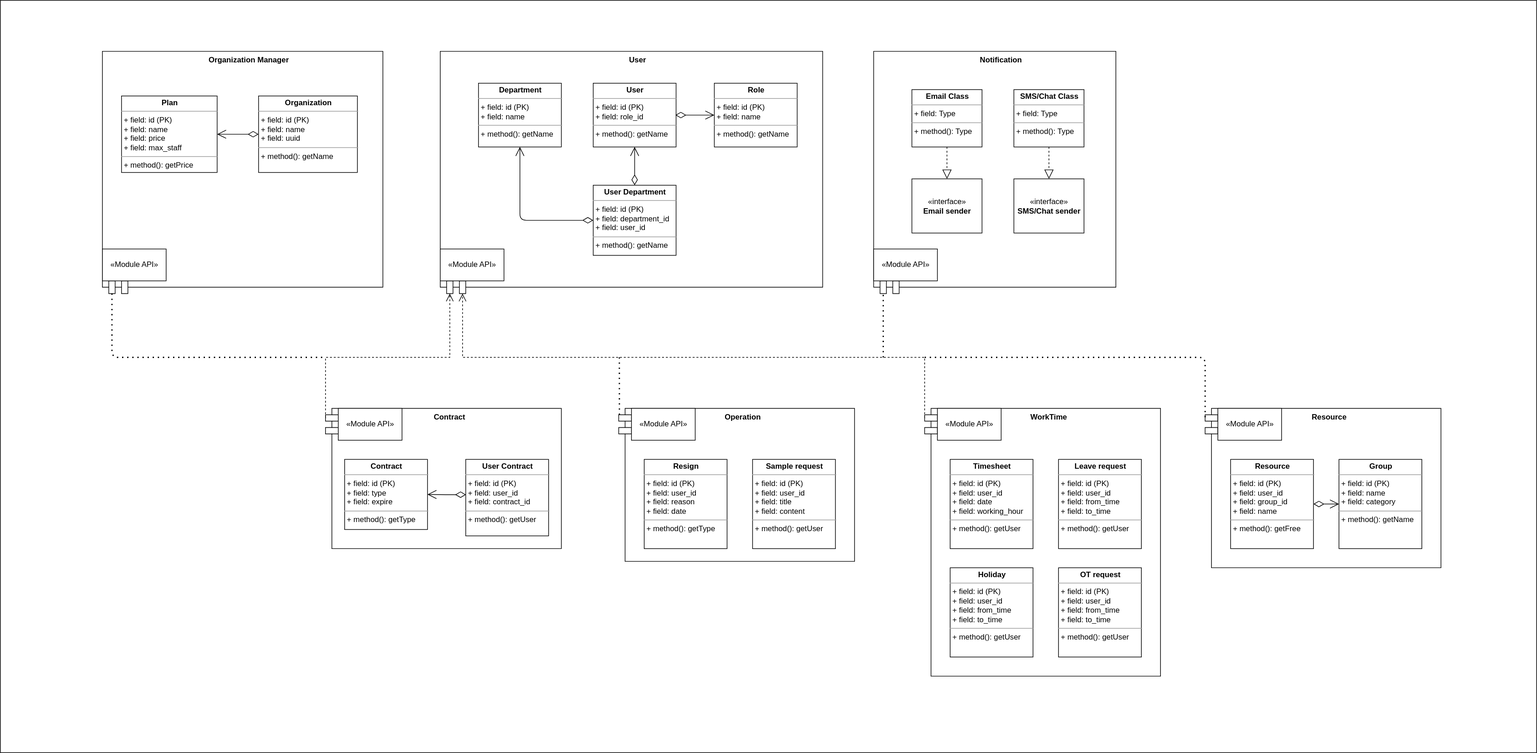
Earlier version of the draw.io export UML/module.svg (vinhcd/simple-crm). Source tidied: cells renumbered, new cells last; positions are measured from the earlier drawing's top-left corner, leaving out a move shared by most shapes.
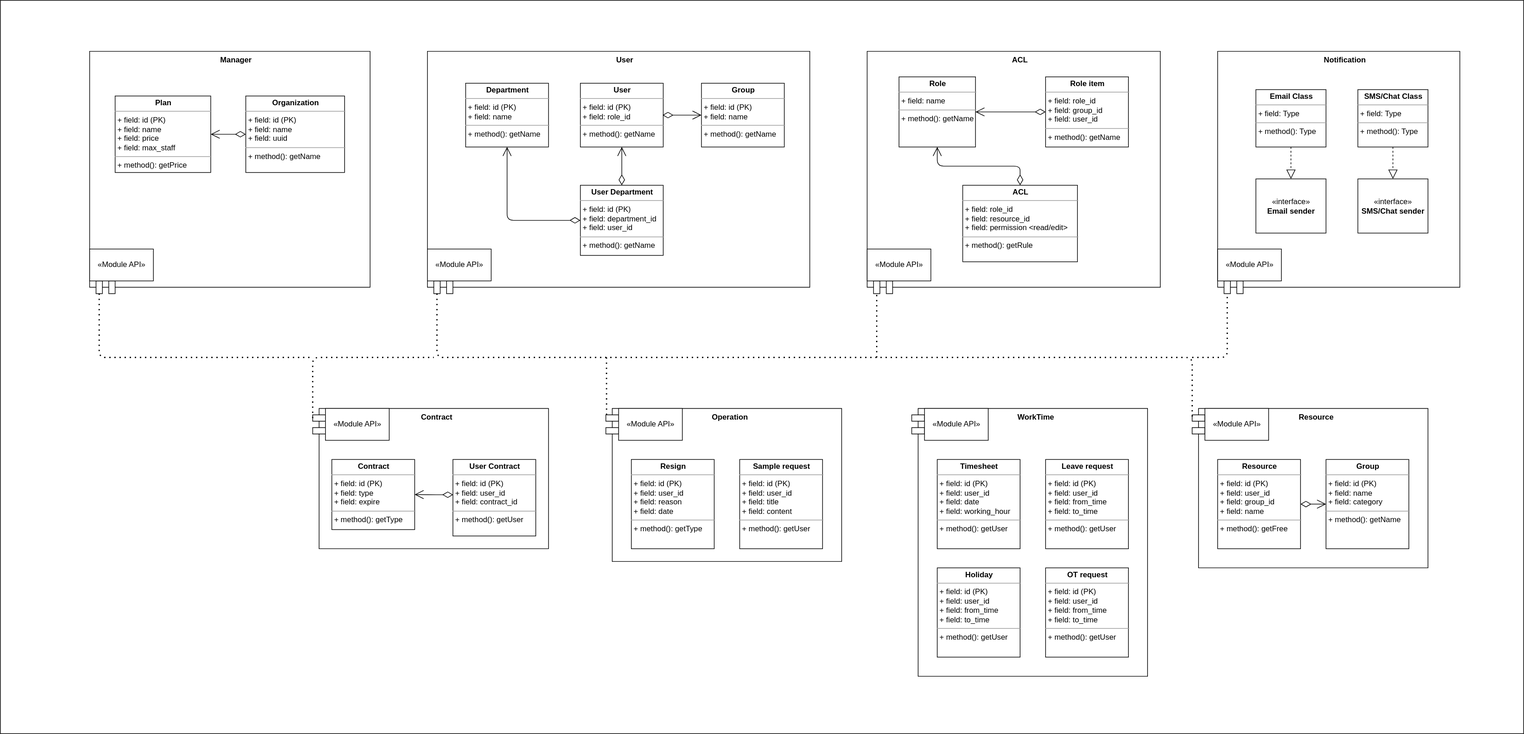
Above is the later version.

The edit, as a diff of the source:
```diff
@@ -3,7 +3,7 @@
     <mxCell id="0" />
     <mxCell id="1" parent="0" />
     <mxCell id="2" style="rounded=0;whiteSpace=wrap;html=1;" parent="1" vertex="1">
-      <mxGeometry width="2410" height="1180" as="geometry" />
+      <mxGeometry x="20" width="2390" height="1150" as="geometry" />
     </mxCell>
     <mxCell id="3" value="WorkTime" style="shape=module;align=left;spacingLeft=20;align=center;verticalAlign=top;direction=east;fontStyle=1;" parent="1" vertex="1">
       <mxGeometry x="1450" y="640" width="370" height="420" as="geometry" />
@@ -35,15 +35,7 @@
     <mxCell id="12" style="endArrow=open;html=1;endSize=12;startArrow=diamondThin;startSize=14;startFill=0;edgeStyle=orthogonalEdgeStyle;entryX=1;entryY=0.5;entryDx=0;entryDy=0;exitX=0.003;exitY=0.461;exitDx=0;exitDy=0;exitPerimeter=0;" parent="1" edge="1" source="11" target="10">
       <mxGeometry relative="1" as="geometry" />
     </mxCell>
-    <mxCell id="13" style="edgeStyle=orthogonalEdgeStyle;rounded=0;html=1;exitX=0;exitY=0;dashed=1;labelBackgroundColor=none;startFill=0;endArrow=open;endFill=0;endSize=10;fontFamily=Verdana;fontSize=10;exitDx=0;exitDy=15;exitPerimeter=0;entryX=0;entryY=0;entryDx=0;entryDy=15;entryPerimeter=0;" parent="1" edge="1" source="8" target="4">
-      <mxGeometry relative="1" as="geometry">
-        <Array as="points">
-          <mxPoint x="510" y="560" />
-          <mxPoint x="705" y="560" />
-        </Array>
-      </mxGeometry>
-    </mxCell>
-    <mxCell id="14" value="&lt;p style=&quot;margin: 0px ; margin-top: 4px ; text-align: center&quot;&gt;&lt;b&gt;Role&lt;/b&gt;&lt;/p&gt;&lt;hr size=&quot;1&quot;&gt;&lt;p style=&quot;margin: 0px ; margin-left: 4px&quot;&gt;+ field: id (PK)&lt;/p&gt;&lt;p style=&quot;margin: 0px ; margin-left: 4px&quot;&gt;+ field: name&lt;/p&gt;&lt;hr size=&quot;1&quot;&gt;&lt;p style=&quot;margin: 0px ; margin-left: 4px&quot;&gt;+ method(): getName&lt;/p&gt;" style="verticalAlign=top;align=left;overflow=fill;fontSize=12;fontFamily=Helvetica;html=1;" parent="1" vertex="1">
+    <mxCell id="14" value="&lt;p style=&quot;margin: 0px ; margin-top: 4px ; text-align: center&quot;&gt;&lt;b&gt;Group&lt;/b&gt;&lt;/p&gt;&lt;hr size=&quot;1&quot;&gt;&lt;p style=&quot;margin: 0px ; margin-left: 4px&quot;&gt;+ field: id (PK)&lt;/p&gt;&lt;p style=&quot;margin: 0px ; margin-left: 4px&quot;&gt;+ field: name&lt;/p&gt;&lt;hr size=&quot;1&quot;&gt;&lt;p style=&quot;margin: 0px ; margin-left: 4px&quot;&gt;+ method(): getName&lt;/p&gt;" style="verticalAlign=top;align=left;overflow=fill;fontSize=12;fontFamily=Helvetica;html=1;" parent="1" vertex="1">
       <mxGeometry x="1120" y="130" width="130" height="100" as="geometry" />
     </mxCell>
     <mxCell id="15" style="endArrow=open;html=1;endSize=12;startArrow=diamondThin;startSize=14;startFill=0;edgeStyle=orthogonalEdgeStyle;entryX=0;entryY=0.5;entryDx=0;entryDy=0;" parent="1" edge="1" target="14">
@@ -63,14 +55,6 @@
     <mxCell id="19" value="&lt;p style=&quot;margin: 0px ; margin-top: 4px ; text-align: center&quot;&gt;&lt;b&gt;OT request&lt;/b&gt;&lt;/p&gt;&lt;hr size=&quot;1&quot;&gt;&lt;p style=&quot;margin: 0px ; margin-left: 4px&quot;&gt;+ field: id (PK)&lt;/p&gt;&lt;p style=&quot;margin: 0px ; margin-left: 4px&quot;&gt;&lt;span&gt;+ field: user_id&lt;/span&gt;&lt;br&gt;&lt;/p&gt;&lt;p style=&quot;margin: 0px ; margin-left: 4px&quot;&gt;+ field: from_time&lt;br&gt;&lt;/p&gt;&lt;p style=&quot;margin: 0px ; margin-left: 4px&quot;&gt;+ field: to_time&lt;br&gt;&lt;/p&gt;&lt;hr size=&quot;1&quot;&gt;&lt;p style=&quot;margin: 0px ; margin-left: 4px&quot;&gt;+ method(): getUser&lt;/p&gt;" style="verticalAlign=top;align=left;overflow=fill;fontSize=12;fontFamily=Helvetica;html=1;" parent="1" vertex="1">
       <mxGeometry x="1660" y="890" width="130" height="140" as="geometry" />
     </mxCell>
-    <mxCell id="20" style="edgeStyle=orthogonalEdgeStyle;rounded=0;html=1;exitX=0;exitY=0;dashed=1;labelBackgroundColor=none;startFill=0;endArrow=open;endFill=0;endSize=10;fontFamily=Verdana;fontSize=10;exitDx=0;exitDy=15;exitPerimeter=0;entryX=0;entryY=0;entryDx=0;entryDy=35;entryPerimeter=0;" parent="1" edge="1" source="3" target="4">
-      <mxGeometry relative="1" as="geometry">
-        <Array as="points">
-          <mxPoint x="1450" y="560" />
-          <mxPoint x="725" y="560" />
-        </Array>
-      </mxGeometry>
-    </mxCell>
     <mxCell id="21" value="&lt;p style=&quot;margin: 0px ; margin-top: 4px ; text-align: center&quot;&gt;&lt;b&gt;Holiday&lt;/b&gt;&lt;/p&gt;&lt;hr size=&quot;1&quot;&gt;&lt;p style=&quot;margin: 0px ; margin-left: 4px&quot;&gt;+ field: id (PK)&lt;/p&gt;&lt;p style=&quot;margin: 0px ; margin-left: 4px&quot;&gt;&lt;span&gt;+ field: user_id&lt;/span&gt;&lt;br&gt;&lt;/p&gt;&lt;p style=&quot;margin: 0px ; margin-left: 4px&quot;&gt;+ field: from_time&lt;br&gt;&lt;/p&gt;&lt;p style=&quot;margin: 0px ; margin-left: 4px&quot;&gt;+ field: to_time&lt;br&gt;&lt;/p&gt;&lt;hr size=&quot;1&quot;&gt;&lt;p style=&quot;margin: 0px ; margin-left: 4px&quot;&gt;+ method(): getUser&lt;/p&gt;" style="verticalAlign=top;align=left;overflow=fill;fontSize=12;fontFamily=Helvetica;html=1;" parent="1" vertex="1">
       <mxGeometry x="1490" y="890" width="130" height="140" as="geometry" />
     </mxCell>
@@ -86,10 +70,10 @@
     <mxCell id="25" value="&lt;p style=&quot;margin: 0px ; margin-top: 4px ; text-align: center&quot;&gt;&lt;b&gt;Group&lt;/b&gt;&lt;/p&gt;&lt;hr size=&quot;1&quot;&gt;&lt;p style=&quot;margin: 0px ; margin-left: 4px&quot;&gt;+ field: id (PK)&lt;/p&gt;&lt;p style=&quot;margin: 0px ; margin-left: 4px&quot;&gt;&lt;span&gt;+ field: name&lt;/span&gt;&lt;br&gt;&lt;/p&gt;&lt;p style=&quot;margin: 0px ; margin-left: 4px&quot;&gt;+ field: category&lt;br&gt;&lt;/p&gt;&lt;hr size=&quot;1&quot;&gt;&lt;p style=&quot;margin: 0px ; margin-left: 4px&quot;&gt;+ method(): getName&lt;/p&gt;" style="verticalAlign=top;align=left;overflow=fill;fontSize=12;fontFamily=Helvetica;html=1;" parent="1" vertex="1">
       <mxGeometry x="2100" y="720" width="130" height="140" as="geometry" />
     </mxCell>
-    <mxCell id="26" style="endArrow=none;dashed=1;html=1;dashPattern=1 3;strokeWidth=2;fontSize=20;entryX=0;entryY=0;entryDx=0;entryDy=15;entryPerimeter=0;" parent="1" edge="1" target="22">
+    <mxCell id="26" style="endArrow=none;dashed=1;html=1;dashPattern=1 3;strokeWidth=2;fontSize=20;entryX=0;entryY=0;entryDx=0;entryDy=15;entryPerimeter=0;exitX=0;exitY=0;exitDx=0;exitDy=15;exitPerimeter=0;" parent="1" edge="1" source="4" target="22">
       <mxGeometry relative="1" as="geometry">
-        <mxPoint x="1450" y="560" as="sourcePoint" />
         <Array as="points">
+          <mxPoint x="705" y="560" />
           <mxPoint x="1890" y="560" />
         </Array>
       </mxGeometry>
@@ -115,27 +99,30 @@
       </mxGeometry>
     </mxCell>
     <mxCell id="33" value="Notification" style="shape=module;align=left;spacingLeft=20;align=center;verticalAlign=top;direction=north;fontStyle=1;" parent="1" vertex="1">
-      <mxGeometry x="1370" y="80" width="380" height="380" as="geometry" />
+      <mxGeometry x="1930" y="80" width="380" height="380" as="geometry" />
     </mxCell>
     <mxCell id="34" value="«Module API»" style="html=1;" parent="1" vertex="1">
-      <mxGeometry x="1370" y="390" width="100" height="50" as="geometry" />
+      <mxGeometry x="1930" y="390" width="100" height="50" as="geometry" />
     </mxCell>
     <mxCell id="35" value="«interface»&lt;br&gt;&lt;b&gt;Email sender&lt;/b&gt;" style="html=1;" parent="1" vertex="1">
-      <mxGeometry x="1430" y="280" width="110" height="85" as="geometry" />
+      <mxGeometry x="1990" y="280" width="110" height="85" as="geometry" />
     </mxCell>
     <mxCell id="36" value="«interface»&lt;br&gt;&lt;b&gt;SMS/Chat sender&lt;/b&gt;" style="html=1;" parent="1" vertex="1">
-      <mxGeometry x="1590" y="280" width="110" height="85" as="geometry" />
+      <mxGeometry x="2150" y="280" width="110" height="85" as="geometry" />
     </mxCell>
     <mxCell id="37" value="&lt;p style=&quot;margin: 0px ; margin-top: 4px ; text-align: center&quot;&gt;&lt;b&gt;Email Class&lt;/b&gt;&lt;/p&gt;&lt;hr size=&quot;1&quot;&gt;&lt;p style=&quot;margin: 0px ; margin-left: 4px&quot;&gt;+ field: Type&lt;/p&gt;&lt;hr size=&quot;1&quot;&gt;&lt;p style=&quot;margin: 0px ; margin-left: 4px&quot;&gt;+ method(): Type&lt;/p&gt;" style="verticalAlign=top;align=left;overflow=fill;fontSize=12;fontFamily=Helvetica;html=1;" parent="1" vertex="1">
-      <mxGeometry x="1430" y="140" width="110" height="90" as="geometry" />
+      <mxGeometry x="1990" y="140" width="110" height="90" as="geometry" />
     </mxCell>
     <mxCell id="38" style="endArrow=none;dashed=1;html=1;dashPattern=1 3;strokeWidth=2;entryX=0;entryY=0;entryDx=0;entryDy=15;entryPerimeter=0;" parent="1" edge="1" target="33">
       <mxGeometry relative="1" as="geometry">
-        <mxPoint x="1385" y="560" as="sourcePoint" />
+        <mxPoint x="1890" y="560" as="sourcePoint" />
+        <Array as="points">
+          <mxPoint x="1945" y="560" />
+        </Array>
       </mxGeometry>
     </mxCell>
     <mxCell id="39" value="&lt;p style=&quot;margin: 0px ; margin-top: 4px ; text-align: center&quot;&gt;&lt;b&gt;SMS/Chat Class&lt;/b&gt;&lt;/p&gt;&lt;hr size=&quot;1&quot;&gt;&lt;p style=&quot;margin: 0px ; margin-left: 4px&quot;&gt;+ field: Type&lt;/p&gt;&lt;hr size=&quot;1&quot;&gt;&lt;p style=&quot;margin: 0px ; margin-left: 4px&quot;&gt;+ method(): Type&lt;/p&gt;" style="verticalAlign=top;align=left;overflow=fill;fontSize=12;fontFamily=Helvetica;html=1;" parent="1" vertex="1">
-      <mxGeometry x="1590" y="140" width="110" height="90" as="geometry" />
+      <mxGeometry x="2150" y="140" width="110" height="90" as="geometry" />
     </mxCell>
     <mxCell id="40" style="endArrow=block;dashed=1;endFill=0;endSize=12;html=1;exitX=0.5;exitY=1;exitDx=0;exitDy=0;entryX=0.5;entryY=0;entryDx=0;entryDy=0;" parent="1" edge="1" source="37" target="35">
       <mxGeometry relative="1" as="geometry" />
@@ -152,7 +139,7 @@
     <mxCell id="44" style="endArrow=open;html=1;endSize=12;startArrow=diamondThin;startSize=14;startFill=0;edgeStyle=orthogonalEdgeStyle;entryX=0.5;entryY=1;entryDx=0;entryDy=0;exitX=0;exitY=0.5;exitDx=0;exitDy=0;" parent="1" edge="1" source="42" target="6">
       <mxGeometry relative="1" as="geometry" />
     </mxCell>
-    <mxCell id="45" value="Organization Manager" style="shape=module;align=left;spacingLeft=20;align=center;verticalAlign=top;direction=north;fontStyle=1;" parent="1" vertex="1">
+    <mxCell id="45" value="Manager" style="shape=module;align=left;spacingLeft=20;align=center;verticalAlign=top;direction=north;fontStyle=1;" parent="1" vertex="1">
       <mxGeometry x="160" y="80" width="440" height="380" as="geometry" />
     </mxCell>
     <mxCell id="46" value="&lt;p style=&quot;margin: 0px ; margin-top: 4px ; text-align: center&quot;&gt;&lt;b&gt;Organization&lt;/b&gt;&lt;/p&gt;&lt;hr size=&quot;1&quot;&gt;&lt;p style=&quot;margin: 0px ; margin-left: 4px&quot;&gt;+ field: id (PK)&lt;span&gt;&lt;br&gt;&lt;/span&gt;&lt;/p&gt;&lt;p style=&quot;margin: 0px ; margin-left: 4px&quot;&gt;&lt;span&gt;+ field: name&lt;/span&gt;&lt;br&gt;&lt;/p&gt;&lt;p style=&quot;margin: 0px ; margin-left: 4px&quot;&gt;&lt;span&gt;+ field: uuid&lt;/span&gt;&lt;br&gt;&lt;/p&gt;&lt;hr size=&quot;1&quot;&gt;&lt;p style=&quot;margin: 0px ; margin-left: 4px&quot;&gt;+ method(): getName&lt;/p&gt;" style="verticalAlign=top;align=left;overflow=fill;fontSize=12;fontFamily=Helvetica;html=1;" parent="1" vertex="1">
@@ -162,7 +149,7 @@
       <mxGeometry x="160" y="390" width="100" height="50" as="geometry" />
     </mxCell>
     <mxCell id="48" value="&lt;p style=&quot;margin: 0px ; margin-top: 4px ; text-align: center&quot;&gt;&lt;b&gt;Plan&lt;/b&gt;&lt;/p&gt;&lt;hr size=&quot;1&quot;&gt;&lt;p style=&quot;margin: 0px ; margin-left: 4px&quot;&gt;+ field: id (PK)&lt;span&gt;&lt;br&gt;&lt;/span&gt;&lt;/p&gt;&lt;p style=&quot;margin: 0px ; margin-left: 4px&quot;&gt;&lt;span&gt;+ field: name&lt;/span&gt;&lt;br&gt;&lt;/p&gt;&lt;p style=&quot;margin: 0px ; margin-left: 4px&quot;&gt;+ field: price&lt;br&gt;&lt;/p&gt;&lt;p style=&quot;margin: 0px ; margin-left: 4px&quot;&gt;+ field: max_staff&lt;br&gt;&lt;/p&gt;&lt;hr size=&quot;1&quot;&gt;&lt;p style=&quot;margin: 0px ; margin-left: 4px&quot;&gt;+ method(): getPrice&lt;/p&gt;" style="verticalAlign=top;align=left;overflow=fill;fontSize=12;fontFamily=Helvetica;html=1;" parent="1" vertex="1">
-      <mxGeometry x="190" y="150" width="150" height="120" as="geometry" />
+      <mxGeometry x="200" y="150" width="150" height="120" as="geometry" />
     </mxCell>
     <mxCell id="49" style="endArrow=open;html=1;endSize=12;startArrow=diamondThin;startSize=14;startFill=0;edgeStyle=orthogonalEdgeStyle;entryX=1;entryY=0.5;entryDx=0;entryDy=0;" parent="1" edge="1" source="46" target="48">
       <mxGeometry relative="1" as="geometry" />
@@ -175,5 +162,39 @@
         </Array>
       </mxGeometry>
     </mxCell>
+    <mxCell id="51" value="ACL" style="shape=module;align=left;spacingLeft=20;align=center;verticalAlign=top;direction=north;fontStyle=1;" parent="1" vertex="1">
+      <mxGeometry x="1380" y="80" width="460" height="380" as="geometry" />
+    </mxCell>
+    <mxCell id="52" value="«Module API»" style="html=1;" parent="1" vertex="1">
+      <mxGeometry x="1380" y="390" width="100" height="50" as="geometry" />
+    </mxCell>
+    <mxCell id="53" value="&lt;p style=&quot;margin: 0px ; margin-top: 4px ; text-align: center&quot;&gt;&lt;b&gt;Role&lt;/b&gt;&lt;/p&gt;&lt;hr size=&quot;1&quot;&gt;&lt;p style=&quot;margin: 0px ; margin-left: 4px&quot;&gt;+ field: name&lt;/p&gt;&lt;hr size=&quot;1&quot;&gt;&lt;p style=&quot;margin: 0px ; margin-left: 4px&quot;&gt;+ method(): getName&lt;/p&gt;" style="verticalAlign=top;align=left;overflow=fill;fontSize=12;fontFamily=Helvetica;html=1;" parent="1" vertex="1">
+      <mxGeometry x="1430" y="120" width="120" height="110" as="geometry" />
+    </mxCell>
+    <mxCell id="54" style="endArrow=none;dashed=1;html=1;dashPattern=1 3;strokeWidth=2;entryX=0;entryY=0;entryDx=0;entryDy=15;entryPerimeter=0;" parent="1" edge="1" target="51">
+      <mxGeometry relative="1" as="geometry">
+        <mxPoint x="1395" y="560" as="sourcePoint" />
+      </mxGeometry>
+    </mxCell>
+    <mxCell id="55" value="&lt;p style=&quot;margin: 0px ; margin-top: 4px ; text-align: center&quot;&gt;&lt;b&gt;ACL&lt;/b&gt;&lt;/p&gt;&lt;hr size=&quot;1&quot;&gt;&lt;p style=&quot;margin: 0px ; margin-left: 4px&quot;&gt;+ field: role_id&lt;/p&gt;&lt;p style=&quot;margin: 0px ; margin-left: 4px&quot;&gt;&lt;span&gt;+ field: resource_id&lt;/span&gt;&lt;br&gt;&lt;/p&gt;&lt;p style=&quot;margin: 0px ; margin-left: 4px&quot;&gt;+ field: permission &amp;lt;read/edit&amp;gt;&lt;/p&gt;&lt;hr size=&quot;1&quot;&gt;&lt;p style=&quot;margin: 0px ; margin-left: 4px&quot;&gt;+ method(): getRule&lt;/p&gt;" style="verticalAlign=top;align=left;overflow=fill;fontSize=12;fontFamily=Helvetica;html=1;" parent="1" vertex="1">
+      <mxGeometry x="1530" y="290" width="180" height="120" as="geometry" />
+    </mxCell>
+    <mxCell id="56" style="endArrow=open;html=1;endSize=12;startArrow=diamondThin;startSize=14;startFill=0;edgeStyle=orthogonalEdgeStyle;entryX=0.5;entryY=1;entryDx=0;entryDy=0;exitX=0.5;exitY=0;exitDx=0;exitDy=0;" parent="1" edge="1" source="55" target="53">
+      <mxGeometry relative="1" as="geometry" />
+    </mxCell>
+    <mxCell id="57" value="&lt;p style=&quot;margin: 0px ; margin-top: 4px ; text-align: center&quot;&gt;&lt;b&gt;Role item&lt;/b&gt;&lt;/p&gt;&lt;hr size=&quot;1&quot;&gt;&lt;p style=&quot;margin: 0px ; margin-left: 4px&quot;&gt;+ field: role_id&lt;/p&gt;&lt;p style=&quot;margin: 0px ; margin-left: 4px&quot;&gt;+ field: group_id&lt;/p&gt;&lt;p style=&quot;margin: 0px ; margin-left: 4px&quot;&gt;+ field: user_id&lt;/p&gt;&lt;hr size=&quot;1&quot;&gt;&lt;p style=&quot;margin: 0px ; margin-left: 4px&quot;&gt;+ method(): getName&lt;/p&gt;" style="verticalAlign=top;align=left;overflow=fill;fontSize=12;fontFamily=Helvetica;html=1;" parent="1" vertex="1">
+      <mxGeometry x="1660" y="120" width="130" height="110" as="geometry" />
+    </mxCell>
+    <mxCell id="58" style="endArrow=open;html=1;endSize=12;startArrow=diamondThin;startSize=14;startFill=0;edgeStyle=orthogonalEdgeStyle;entryX=1;entryY=0.5;entryDx=0;entryDy=0;exitX=0;exitY=0.5;exitDx=0;exitDy=0;" parent="1" edge="1" source="57" target="53">
+      <mxGeometry relative="1" as="geometry" />
+    </mxCell>
+    <mxCell id="59" style="endArrow=none;dashed=1;html=1;dashPattern=1 3;strokeWidth=2;exitX=0;exitY=0;exitDx=0;exitDy=15;exitPerimeter=0;" parent="1" edge="1" source="8">
+      <mxGeometry relative="1" as="geometry">
+        <mxPoint x="700" y="560" as="targetPoint" />
+        <Array as="points">
+          <mxPoint x="510" y="560" />
+        </Array>
+      </mxGeometry>
+    </mxCell>
   </root>
 </mxGraphModel>
```
